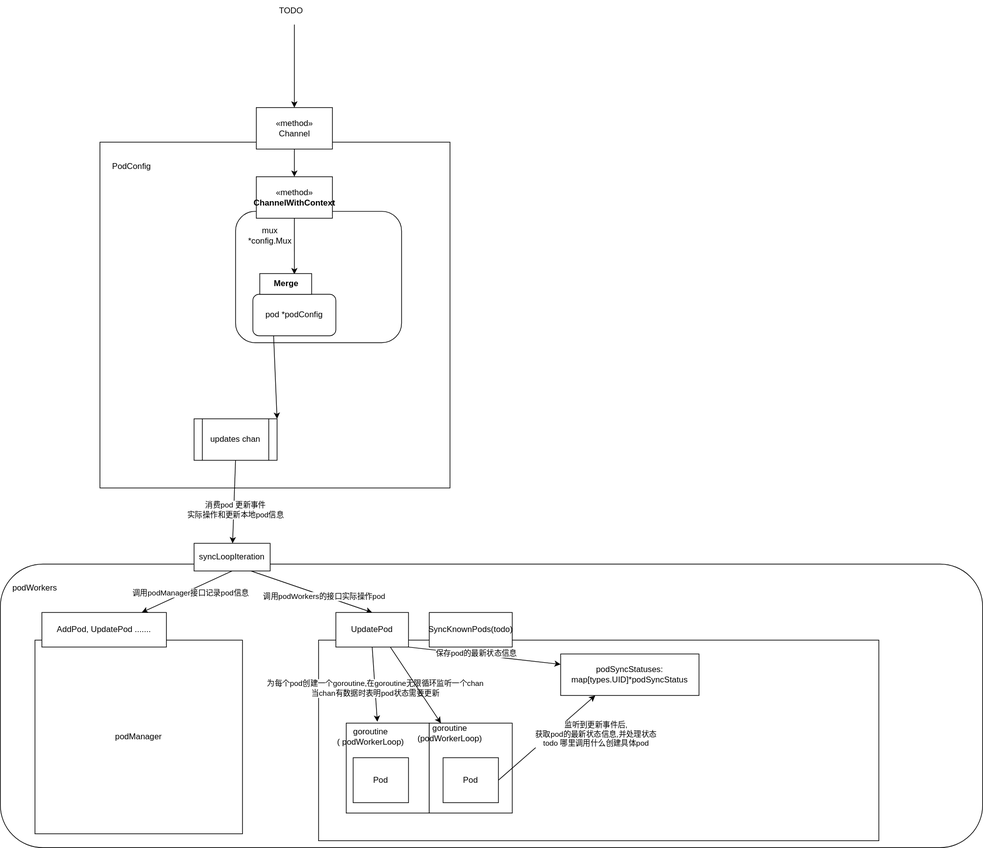
This is Kubernetes/resource/kubelet-podupdate.drawio.svg from FanHa/fanha.github.io, a draw.io export, as it was before one commit. Source tidied: cells renumbered, new cells last; positions are measured from the earlier drawing's top-left corner, leaving out a move shared by most shapes.
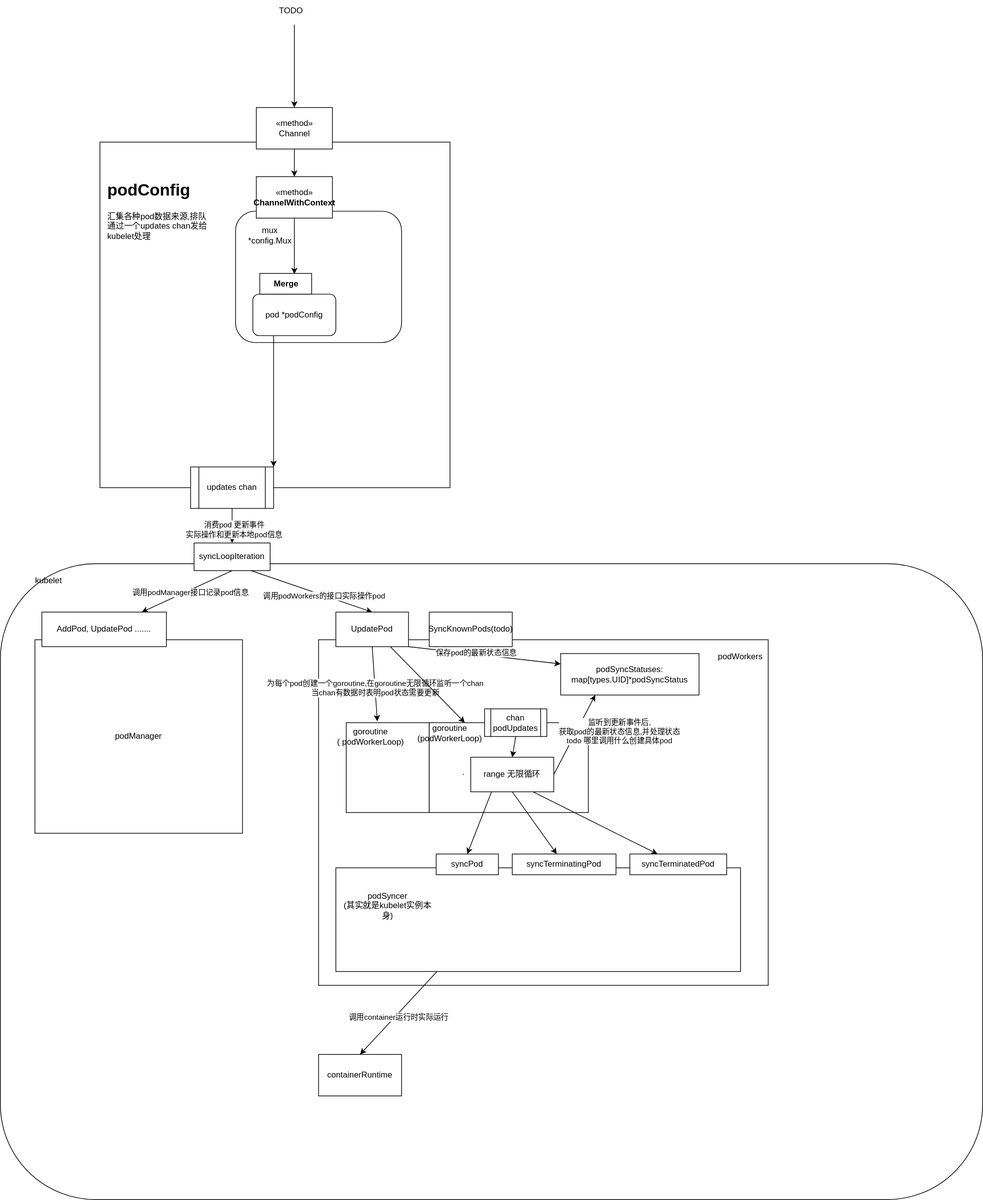
After the change.

Change to the diagram source:
```diff
@@ -6,11 +6,8 @@
       <mxGeometry x="144" y="205" width="506" height="500" as="geometry" />
     </mxCell>
     <mxCell id="3" value="Kubelet" style="rounded=1;whiteSpace=wrap;html=1;" parent="1" vertex="1">
-      <mxGeometry y="815" width="1420" height="410" as="geometry" />
+      <mxGeometry y="815" width="1420" height="920" as="geometry" />
     </mxCell>
-    <mxCell id="4" value="PodConfig" style="text;html=1;strokeColor=none;fillColor=none;align=center;verticalAlign=middle;whiteSpace=wrap;rounded=0;" parent="1" vertex="1">
-      <mxGeometry x="160" y="225" width="60" height="30" as="geometry" />
-    </mxCell>
     <mxCell id="5" style="rounded=1;whiteSpace=wrap;html=1;" parent="1" vertex="1">
       <mxGeometry x="340" y="305" width="240" height="190" as="geometry" />
     </mxCell>
@@ -21,7 +18,7 @@
       <mxGeometry x="0.18" y="2" relative="1" as="geometry" />
     </mxCell>
     <mxCell id="8" value="updates chan" style="shape=process;whiteSpace=wrap;html=1;backgroundOutline=1;" parent="1" vertex="1">
-      <mxGeometry x="280" y="605" width="120" height="60" as="geometry" />
+      <mxGeometry x="275" y="675" width="120" height="60" as="geometry" />
     </mxCell>
     <mxCell id="9" style="edgeStyle=none;html=1;exitX=0.25;exitY=1;exitDx=0;exitDy=0;entryX=1;entryY=0;entryDx=0;entryDy=0;" parent="1" edge="1" source="10" target="8">
       <mxGeometry relative="1" as="geometry" />
@@ -84,7 +81,7 @@
       <mxGeometry x="60" y="885" width="180" height="50" as="geometry" />
     </mxCell>
     <mxCell id="27" style="whiteSpace=wrap;html=1;" parent="1" vertex="1">
-      <mxGeometry x="460" y="925" width="810" height="290" as="geometry" />
+      <mxGeometry x="460" y="925" width="650" height="500" as="geometry" />
     </mxCell>
     <mxCell id="28" style="edgeStyle=none;html=1;exitX=0.5;exitY=1;exitDx=0;exitDy=0;entryX=0.583;entryY=-0.05;entryDx=0;entryDy=0;entryPerimeter=0;" parent="1" edge="1" source="33" target="36">
       <mxGeometry relative="1" as="geometry" />
@@ -113,13 +110,10 @@
     <mxCell id="36" value="goroutine&lt;br&gt;(&lt;span style=&quot;&quot;&gt;podWorkerLoop)&lt;/span&gt;" style="text;html=1;align=center;verticalAlign=middle;points=[];strokeColor=none;fillColor=none;" parent="1" vertex="1">
       <mxGeometry x="475" y="1045" width="120" height="40" as="geometry" />
     </mxCell>
-    <mxCell id="37" value="Pod" style="whiteSpace=wrap;html=1;" parent="1" vertex="1">
-      <mxGeometry x="510" y="1095" width="80" height="65" as="geometry" />
-    </mxCell>
     <mxCell id="38" style="whiteSpace=wrap;html=1;" parent="1" vertex="1">
-      <mxGeometry x="620" y="1045" width="120" height="130" as="geometry" />
+      <mxGeometry x="620" y="1045" width="230" height="130" as="geometry" />
     </mxCell>
-    <mxCell id="39" style="edgeStyle=none;html=1;exitX=1;exitY=0.5;exitDx=0;exitDy=0;entryX=0.25;entryY=1;entryDx=0;entryDy=0;" parent="1" edge="1" source="41" target="43">
+    <mxCell id="39" style="edgeStyle=none;html=1;exitX=1;exitY=0.5;exitDx=0;exitDy=0;entryX=0.25;entryY=1;entryDx=0;entryDy=0;" parent="1" edge="1" source="59" target="43">
       <mxGeometry relative="1" as="geometry" />
     </mxCell>
     <mxCell id="40" value="监听到更新事件后,&lt;br&gt;获取pod的最新状态信息,并处理状态 &lt;br&gt;todo 哪里调用什么创建具体pod" style="edgeLabel;html=1;align=center;verticalAlign=middle;" parent="39" vertex="1">
@@ -127,9 +121,6 @@
         <mxPoint x="61" y="2" as="offset" />
       </mxGeometry>
     </mxCell>
-    <mxCell id="41" value="Pod" style="whiteSpace=wrap;html=1;" parent="1" vertex="1">
-      <mxGeometry x="640" y="1095" width="80" height="65" as="geometry" />
-    </mxCell>
     <mxCell id="42" value="goroutine&lt;br&gt;(podWorkerLoop)" style="text;html=1;strokeColor=none;fillColor=none;align=center;verticalAlign=middle;whiteSpace=wrap;rounded=0;" parent="1" vertex="1">
       <mxGeometry x="620" y="1045" width="60" height="30" as="geometry" />
     </mxCell>
@@ -137,7 +128,60 @@
       <mxGeometry x="810" y="945" width="200" height="60" as="geometry" />
     </mxCell>
     <mxCell id="44" value="podWorkers" style="text;html=1;strokeColor=none;fillColor=none;align=center;verticalAlign=middle;whiteSpace=wrap;rounded=0;" parent="1" vertex="1">
-      <mxGeometry x="20" y="835" width="60" height="30" as="geometry" />
+      <mxGeometry x="1040" y="935" width="60" height="30" as="geometry" />
     </mxCell>
+    <mxCell id="45" style="edgeStyle=none;html=1;exitX=0.25;exitY=1;exitDx=0;exitDy=0;entryX=0.5;entryY=0;entryDx=0;entryDy=0;" parent="1" edge="1" source="47" target="55">
+      <mxGeometry relative="1" as="geometry" />
+    </mxCell>
+    <mxCell id="46" value="调用container运行时实际运行" style="edgeLabel;html=1;align=center;verticalAlign=middle;" parent="45" vertex="1">
+      <mxGeometry x="0.05" y="3" relative="1" as="geometry">
+        <mxPoint x="1" as="offset" />
+      </mxGeometry>
+    </mxCell>
+    <mxCell id="47" style="rounded=0;whiteSpace=wrap;html=1;" parent="1" vertex="1">
+      <mxGeometry x="485" y="1255" width="585" height="150" as="geometry" />
+    </mxCell>
+    <mxCell id="48" value="podSyncer&lt;br&gt;(其实就是kubelet实例本身)" style="text;html=1;strokeColor=none;fillColor=none;align=center;verticalAlign=middle;whiteSpace=wrap;rounded=0;" parent="1" vertex="1">
+      <mxGeometry x="490" y="1275" width="140" height="70" as="geometry" />
+    </mxCell>
+    <mxCell id="49" value="·" style="text;html=1;strokeColor=none;fillColor=none;align=center;verticalAlign=middle;whiteSpace=wrap;rounded=0;" parent="1" vertex="1">
+      <mxGeometry x="640" y="1105" width="60" height="30" as="geometry" />
+    </mxCell>
+    <mxCell id="50" style="edgeStyle=none;html=1;exitX=0.5;exitY=1;exitDx=0;exitDy=0;entryX=0.5;entryY=0;entryDx=0;entryDy=0;" parent="1" edge="1" source="51" target="59">
+      <mxGeometry relative="1" as="geometry" />
+    </mxCell>
+    <mxCell id="51" value="chan&lt;br&gt;podUpdates" style="shape=process;whiteSpace=wrap;html=1;backgroundOutline=1;" parent="1" vertex="1">
+      <mxGeometry x="700" y="1025" width="90" height="40" as="geometry" />
+    </mxCell>
+    <mxCell id="52" value="kubelet" style="text;html=1;strokeColor=none;fillColor=none;align=center;verticalAlign=middle;whiteSpace=wrap;rounded=0;" parent="1" vertex="1">
+      <mxGeometry x="40" y="825" width="60" height="30" as="geometry" />
+    </mxCell>
+    <mxCell id="53" value="syncPod" style="rounded=0;whiteSpace=wrap;html=1;" parent="1" vertex="1">
+      <mxGeometry x="630" y="1235" width="90" height="30" as="geometry" />
+    </mxCell>
+    <mxCell id="54" value="&lt;h1&gt;podConfig&lt;/h1&gt;&lt;p&gt;汇集各种pod数据来源,排队通过一个updates chan发给kubelet处理&lt;/p&gt;" style="text;html=1;strokeColor=none;fillColor=none;spacing=5;spacingTop=-20;whiteSpace=wrap;overflow=hidden;rounded=0;" parent="1" vertex="1">
+      <mxGeometry x="150" y="255" width="160" height="110" as="geometry" />
+    </mxCell>
+    <mxCell id="55" value="containerRuntime" style="rounded=0;whiteSpace=wrap;html=1;" parent="1" vertex="1">
+      <mxGeometry x="460" y="1525" width="120" height="60" as="geometry" />
+    </mxCell>
+    <mxCell id="56" style="edgeStyle=none;html=1;exitX=0.25;exitY=1;exitDx=0;exitDy=0;entryX=0.5;entryY=0;entryDx=0;entryDy=0;" parent="1" edge="1" source="59" target="53">
+      <mxGeometry relative="1" as="geometry" />
+    </mxCell>
+    <mxCell id="57" style="edgeStyle=none;html=1;exitX=0.5;exitY=1;exitDx=0;exitDy=0;" parent="1" edge="1" source="59" target="60">
+      <mxGeometry relative="1" as="geometry" />
+    </mxCell>
+    <mxCell id="58" style="edgeStyle=none;html=1;exitX=0.75;exitY=1;exitDx=0;exitDy=0;" parent="1" edge="1" source="59" target="61">
+      <mxGeometry relative="1" as="geometry" />
+    </mxCell>
+    <mxCell id="59" value="range 无限循环" style="rounded=0;whiteSpace=wrap;html=1;" parent="1" vertex="1">
+      <mxGeometry x="680" y="1095" width="120" height="50" as="geometry" />
+    </mxCell>
+    <mxCell id="60" value="syncTerminatingPod" style="rounded=0;whiteSpace=wrap;html=1;" parent="1" vertex="1">
+      <mxGeometry x="740" y="1235" width="150" height="30" as="geometry" />
+    </mxCell>
+    <mxCell id="61" value="syncTerminatedPod" style="rounded=0;whiteSpace=wrap;html=1;" parent="1" vertex="1">
+      <mxGeometry x="910" y="1235" width="140" height="30" as="geometry" />
+    </mxCell>
   </root>
 </mxGraphModel>
```
